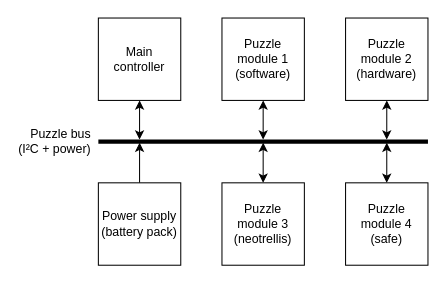
Above: page "system-bus" (2 of 12) of docs/figs.drawio in lonkaars/puzzelbox (draw.io), before the change. Source tidied: cells renumbered, new cells numbered last; positions are measured from the earlier drawing's top-left corner, leaving out a move shared by most shapes. Both pictures are drawn from the tidied source at 103%, with x=0, y=0 at pixel (98, 18).
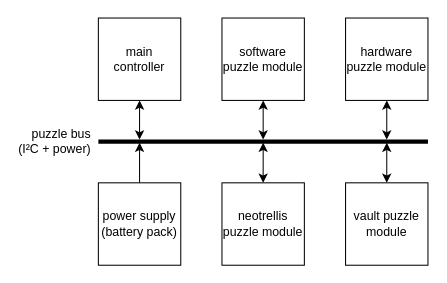
Above is the later version.

Diff of the diagram source:
```diff
@@
-    <mxCell id="2" value="Puzzle bus&lt;br&gt;(I²C + power)" style="line;strokeWidth=4;html=1;perimeter=backbonePerimeter;points=[];outlineConnect=0;align=right;labelPosition=left;verticalLabelPosition=middle;verticalAlign=middle;spacingTop=0;spacing=8;fontFamily=Arial;" parent="1" vertex="1">
+    <mxCell id="2" value="puzzle bus&lt;br&gt;(I²C + power)" style="line;strokeWidth=4;html=1;perimeter=backbonePerimeter;points=[];outlineConnect=0;align=right;labelPosition=left;verticalLabelPosition=middle;verticalAlign=middle;spacingTop=0;spacing=8;fontFamily=Arial;" parent="1" vertex="1">
       <mxGeometry y="110" width="320" height="20" as="geometry" />
     </mxCell>
@@
-    <mxCell id="4" value="Main controller" style="rounded=0;whiteSpace=wrap;html=1;fontFamily=Arial;" parent="1" vertex="1">
+    <mxCell id="4" value="main controller" style="rounded=0;whiteSpace=wrap;html=1;fontFamily=Arial;" parent="1" vertex="1">
       <mxGeometry width="80" height="80" as="geometry" />
     </mxCell>
@@
-    <mxCell id="6" value="Puzzle module 3&lt;br&gt;(neotrellis)" style="rounded=0;whiteSpace=wrap;html=1;fontFamily=Arial;" parent="1" vertex="1">
+    <mxCell id="6" value="neotrellis puzzle module" style="rounded=0;whiteSpace=wrap;html=1;fontFamily=Arial;" parent="1" vertex="1">
       <mxGeometry x="120" y="160" width="80" height="80" as="geometry" />
     </mxCell>
@@
-    <mxCell id="8" value="Puzzle module 4&lt;br style=&quot;border-color: var(--border-color);&quot;&gt;(safe)" style="rounded=0;whiteSpace=wrap;html=1;fontFamily=Arial;" parent="1" vertex="1">
+    <mxCell id="8" value="vault puzzle module" style="rounded=0;whiteSpace=wrap;html=1;fontFamily=Arial;" parent="1" vertex="1">
       <mxGeometry x="240" y="160" width="80" height="80" as="geometry" />
     </mxCell>
@@
-    <mxCell id="10" value="Puzzle module 1&lt;br&gt;(software)" style="rounded=0;whiteSpace=wrap;html=1;fontFamily=Arial;" parent="1" vertex="1">
+    <mxCell id="10" value="software puzzle module" style="rounded=0;whiteSpace=wrap;html=1;fontFamily=Arial;" parent="1" vertex="1">
       <mxGeometry x="120" width="80" height="80" as="geometry" />
     </mxCell>
@@
-    <mxCell id="12" value="Puzzle module 2&lt;br style=&quot;border-color: var(--border-color);&quot;&gt;(hardware)" style="rounded=0;whiteSpace=wrap;html=1;fontFamily=Arial;" parent="1" vertex="1">
+    <mxCell id="12" value="hardware puzzle module" style="rounded=0;whiteSpace=wrap;html=1;fontFamily=Arial;" parent="1" vertex="1">
       <mxGeometry x="240" width="80" height="80" as="geometry" />
     </mxCell>
@@
-    <mxCell id="14" value="Power supply&lt;br&gt;(battery pack)" style="rounded=0;whiteSpace=wrap;html=1;fontFamily=Arial;" parent="1" vertex="1">
+    <mxCell id="14" value="power supply&lt;br&gt;(battery pack)" style="rounded=0;whiteSpace=wrap;html=1;fontFamily=Arial;" parent="1" vertex="1">
       <mxGeometry y="160" width="80" height="80" as="geometry" />
     </mxCell>
```
